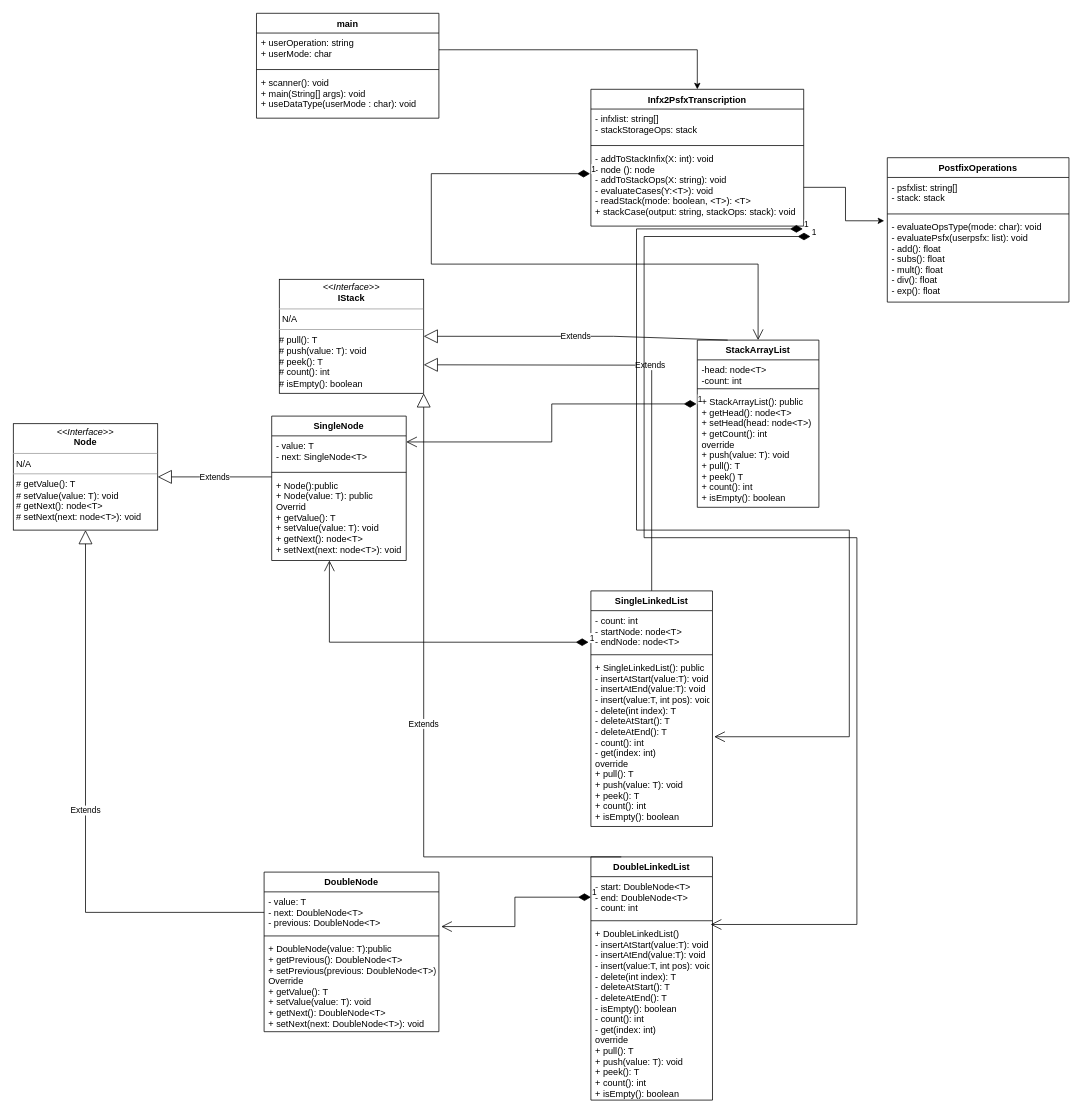
The draw.io diagram uml/HDT4ClassesDiagram.drawio in DiggsPapu/HDT4, before the edit. Source tidied: cells renumbered, new cells numbered last; positions are measured from the earlier drawing's top-left corner, leaving out a move shared by most shapes. Both pictures are drawn from the tidied source at 76%, with x=0, y=0 at pixel (13, 13).
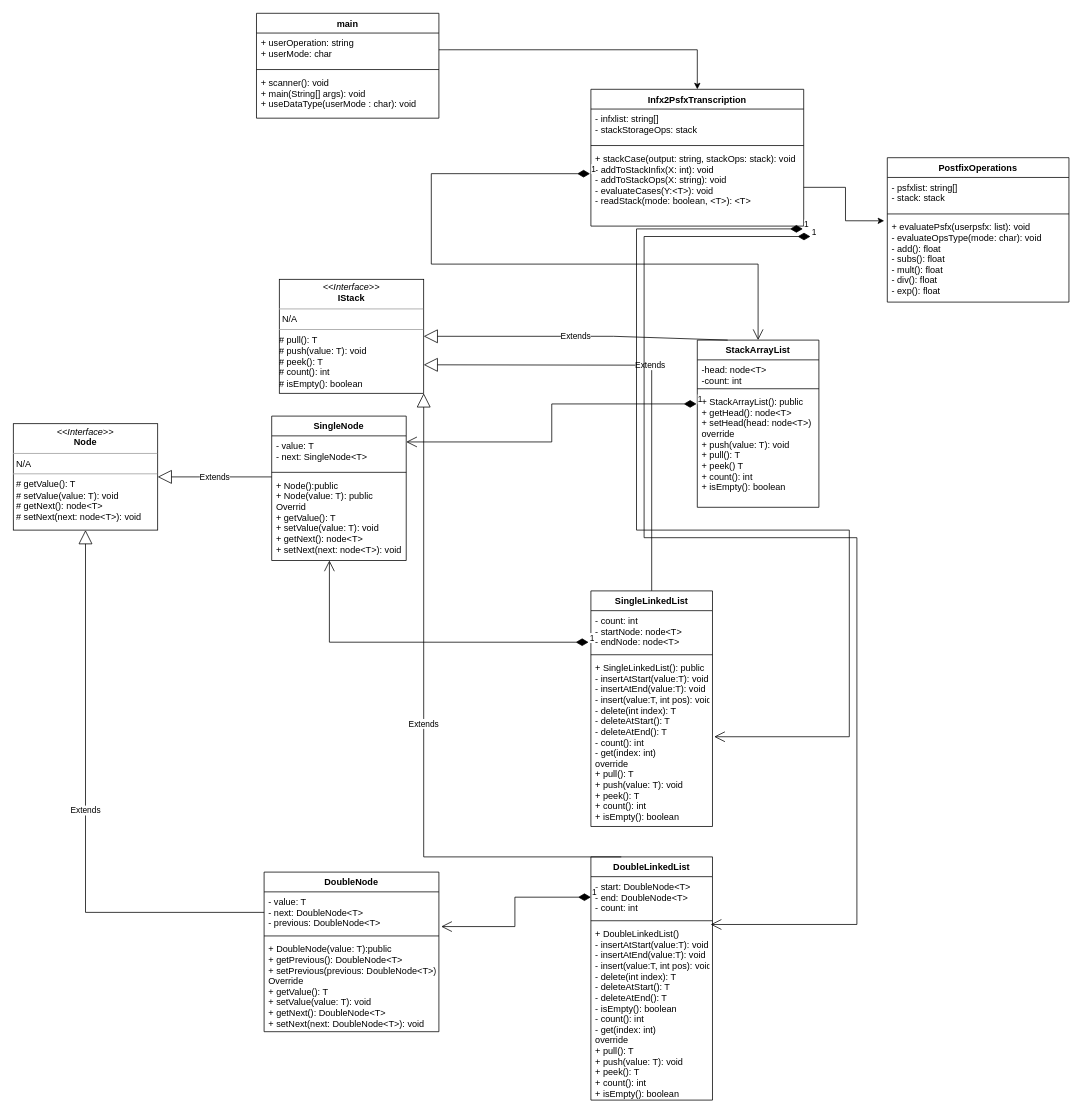
Above is the later version.

The change refers to these unchanged cells:
```xml
<mxCell id="2" value="StackArrayList" style="swimlane;fontStyle=1;align=center;verticalAlign=top;horizontal=1;startSize=26;" parent="1" vertex="1">
  <mxGeometry x="900" y="430" width="160" height="220" as="geometry" />
</mxCell>
<mxCell id="32" value="Infx2PsfxTranscription" style="swimlane;fontStyle=1;align=center;verticalAlign=top;horizontal=1;startSize=26;" parent="1" vertex="1">
  <mxGeometry x="760" y="100" width="280" height="180" as="geometry" />
</mxCell>
<mxCell id="36" value="PostfixOperations" style="swimlane;fontStyle=1;align=center;verticalAlign=top;horizontal=1;startSize=26;" parent="1" vertex="1">
  <mxGeometry x="1150" y="190" width="239" height="190" as="geometry" />
</mxCell>
```

What changed in the source:
```diff
@@
-    <mxCell id="5" value="+ StackArrayList(): public&#10;+ getHead(): node&lt;T&gt;&#10;+ setHead(head: node&lt;T&gt;)&#10;+ getCount(): int&#10;override&#10;+ push(value: T): void&#10;+ pull(): T&#10;+ peek() T&#10;+ count(): int&#10;+ isEmpty(): boolean" style="text;strokeColor=none;fillColor=none;align=left;verticalAlign=top;spacingLeft=4;spacingRight=4;overflow=hidden;points=[[0,0.5],[1,0.5]];portConstraint=eastwest;" parent="2" vertex="1">
+    <mxCell id="5" value="+ StackArrayList(): public&#10;+ getHead(): node&lt;T&gt;&#10;+ setHead(head: node&lt;T&gt;)&#10;override&#10;+ push(value: T): void&#10;+ pull(): T&#10;+ peek() T&#10;+ count(): int&#10;+ isEmpty(): boolean" style="text;strokeColor=none;fillColor=none;align=left;verticalAlign=top;spacingLeft=4;spacingRight=4;overflow=hidden;points=[[0,0.5],[1,0.5]];portConstraint=eastwest;" parent="2" vertex="1">
       <mxGeometry y="68" width="160" height="152" as="geometry" />
     </mxCell>
@@
-    <mxCell id="35" value="- addToStackInfix(X: int): void&#10;- node (): node&#10;- addToStackOps(X: string): void&#10;- evaluateCases(Y:&lt;T&gt;): void&#10;- readStack(mode: boolean, &lt;T&gt;): &lt;T&gt;&#10;+ stackCase(output: string, stackOps: stack): void" style="text;strokeColor=none;fillColor=none;align=left;verticalAlign=top;spacingLeft=4;spacingRight=4;overflow=hidden;points=[[0,0.5],[1,0.5]];portConstraint=eastwest;" parent="32" vertex="1">
+    <mxCell id="35" value="+ stackCase(output: string, stackOps: stack): void&#10;- addToStackInfix(X: int): void&#10;- addToStackOps(X: string): void&#10;- evaluateCases(Y:&lt;T&gt;): void&#10;- readStack(mode: boolean, &lt;T&gt;): &lt;T&gt;&#10;" style="text;strokeColor=none;fillColor=none;align=left;verticalAlign=top;spacingLeft=4;spacingRight=4;overflow=hidden;points=[[0,0.5],[1,0.5]];portConstraint=eastwest;" parent="32" vertex="1">
       <mxGeometry y="78" width="280" height="102" as="geometry" />
     </mxCell>
@@
-    <mxCell id="39" value="- evaluateOpsType(mode: char): void&#10;- evaluatePsfx(userpsfx: list): void&#10;- add(): float&#10;- subs(): float&#10;- mult(): float&#10;- div(): float&#10;- exp(): float" style="text;strokeColor=none;fillColor=none;align=left;verticalAlign=top;spacingLeft=4;spacingRight=4;overflow=hidden;points=[[0,0.5],[1,0.5]];portConstraint=eastwest;" parent="36" vertex="1">
+    <mxCell id="39" value="+ evaluatePsfx(userpsfx: list): void&#10;- evaluateOpsType(mode: char): void&#10;- add(): float&#10;- subs(): float&#10;- mult(): float&#10;- div(): float&#10;- exp(): float" style="text;strokeColor=none;fillColor=none;align=left;verticalAlign=top;spacingLeft=4;spacingRight=4;overflow=hidden;points=[[0,0.5],[1,0.5]];portConstraint=eastwest;" parent="36" vertex="1">
       <mxGeometry y="78" width="239" height="112" as="geometry" />
     </mxCell>
```
